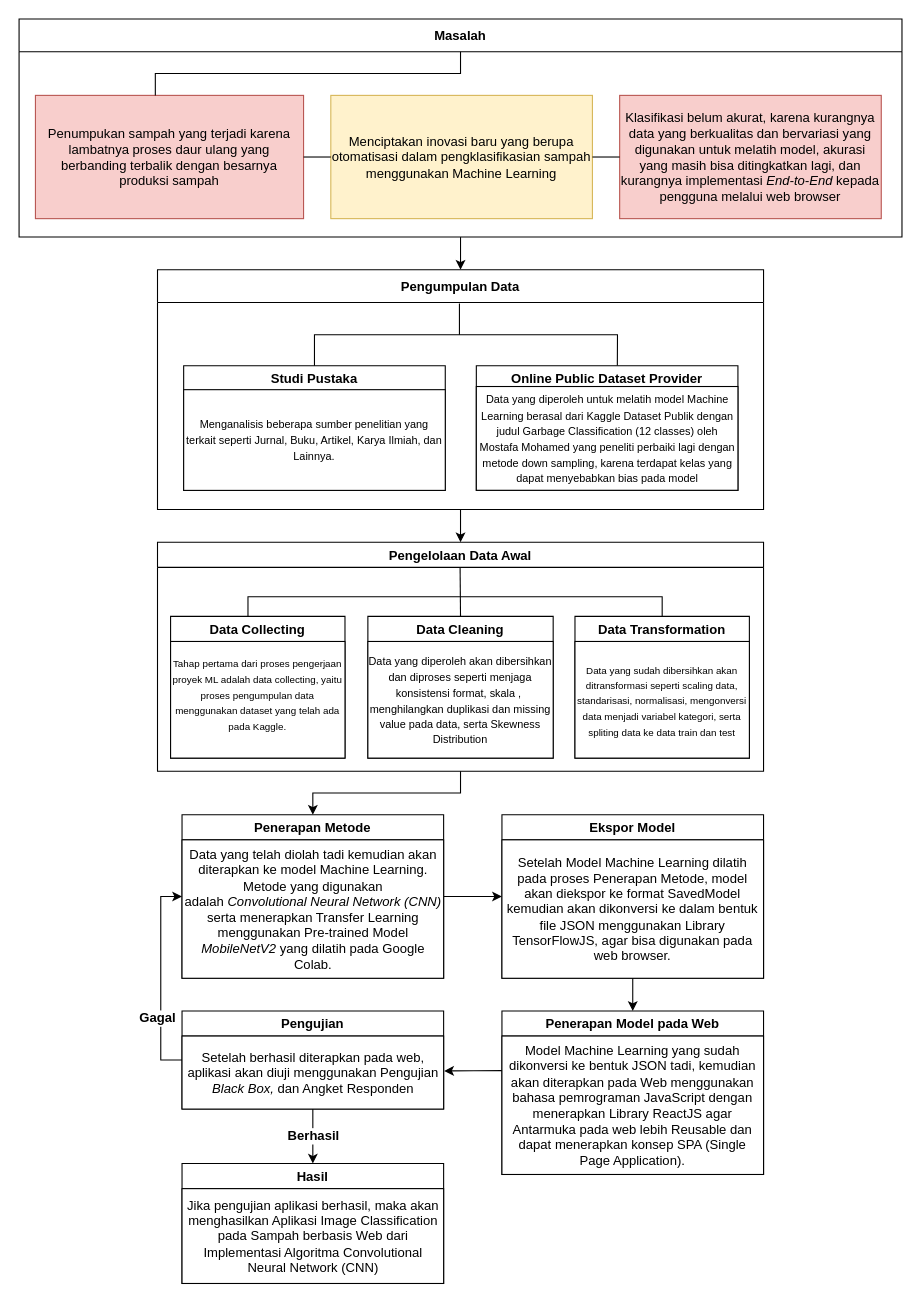
virgiawankusuma/drawio-archive-skripsi keeps this draw.io diagram as Copy of mindmap.drawio. Above is the earlier version. Source tidied: cells renumbered, new cells numbered last; positions are measured from the earlier drawing's top-left corner, leaving out a move shared by most shapes. Both pictures are drawn from the tidied source at 109%, with x=0, y=0 at pixel (19, 19).
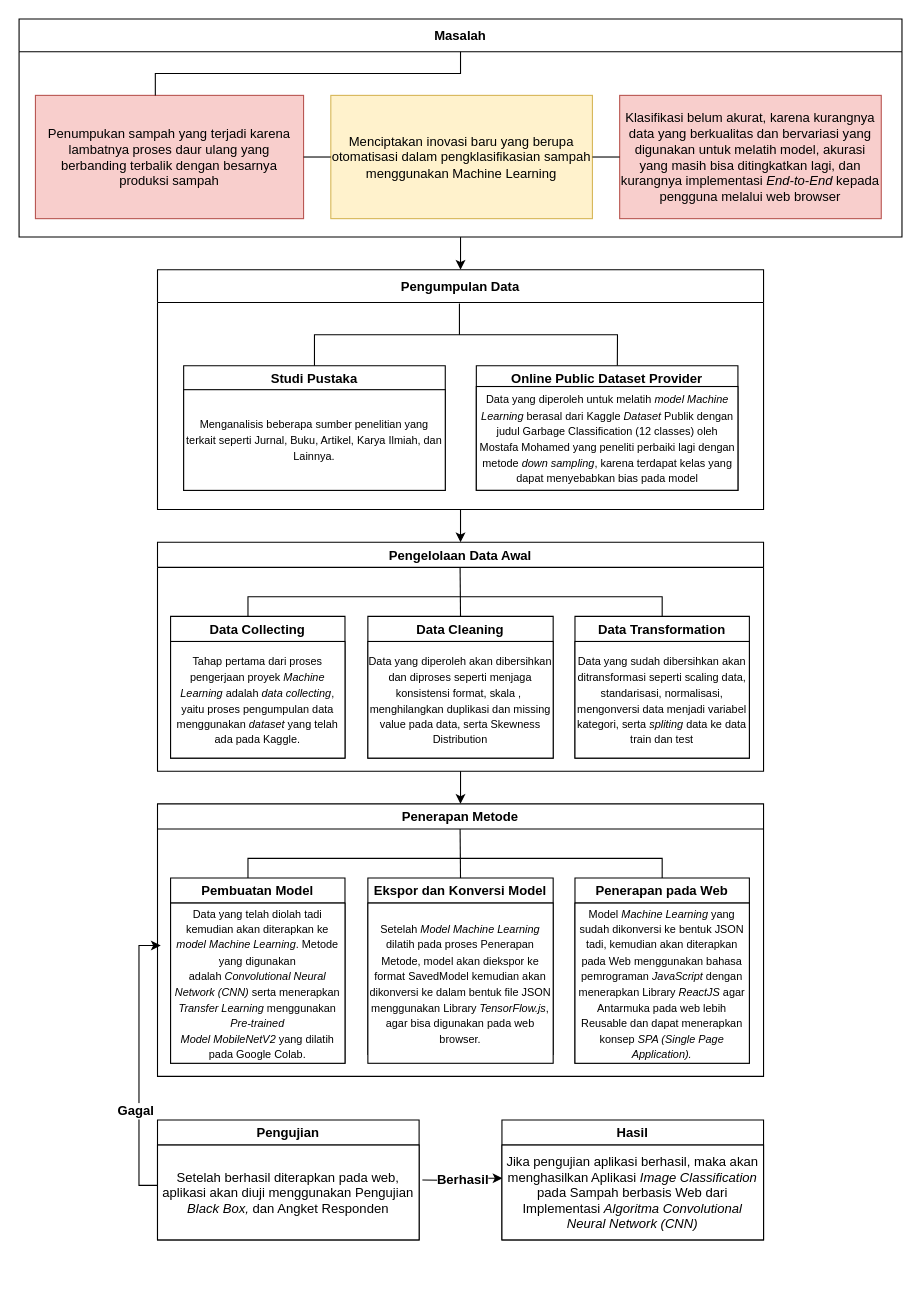
Above is the later version.

Unchanged cells that the change refers to:
```xml
<mxCell id="15" value="Online Public Dataset Provider" style="swimlane;fontSize=12;" parent="12" vertex="1">
  <mxGeometry x="268.5" y="57.1" width="240" height="114.3" as="geometry" />
</mxCell>
<mxCell id="20" value="Pengelolaan Data Awal" style="swimlane;fontFamily=Helvetica;fontSize=12;startSize=23;" parent="1" vertex="1">
  <mxGeometry x="127" y="480" width="556" height="210" as="geometry" />
</mxCell>
<mxCell id="21" value="Data Collecting" style="swimlane;fontFamily=Helvetica;fontSize=12;" parent="20" vertex="1">
  <mxGeometry x="12" y="68" width="160" height="130" as="geometry" />
</mxCell>
<mxCell id="25" value="Data Transformation" style="swimlane;fontFamily=Helvetica;fontSize=12;" parent="20" vertex="1">
  <mxGeometry x="383" y="68" width="160" height="130" as="geometry" />
</mxCell>
```

Diff of the diagram source:
```diff
@@
-    <mxCell id="16" value="&lt;font style=&quot;font-size: 10px;&quot;&gt;Data yang diperoleh untuk melatih model Machine Learning berasal dari Kaggle Dataset Publik dengan judul Garbage Classification (12 classes) oleh Mostafa Mohamed yang peneliti perbaiki lagi dengan metode down sampling, karena terdapat kelas yang dapat menyebabkan bias pada model&lt;/font&gt;" style="rounded=0;whiteSpace=wrap;html=1;fontSize=12;" parent="15" vertex="1">
+    <mxCell id="16" value="&lt;font style=&quot;font-size: 10px;&quot;&gt;Data yang diperoleh untuk melatih &lt;i&gt;model Machine Learning &lt;/i&gt;berasal dari Kaggle &lt;i&gt;Dataset&lt;/i&gt; Publik dengan judul Garbage Classification (12 classes) oleh Mostafa Mohamed yang peneliti perbaiki lagi dengan metode &lt;i&gt;down sampling&lt;/i&gt;, karena terdapat kelas yang dapat menyebabkan bias pada model&lt;/font&gt;" style="rounded=0;whiteSpace=wrap;html=1;fontSize=12;" parent="15" vertex="1">
       <mxGeometry y="19" width="240" height="95.2" as="geometry" />
     </mxCell>
@@
-    <mxCell id="19" style="edgeStyle=orthogonalEdgeStyle;rounded=0;jettySize=auto;html=1;exitX=0.5;exitY=1;exitDx=0;exitDy=0;entryX=0.5;entryY=0;entryDx=0;entryDy=0;fontFamily=Helvetica;fontSize=12;" parent="1" edge="1" source="20" target="30">
+    <mxCell id="19" style="edgeStyle=orthogonalEdgeStyle;rounded=0;jettySize=auto;html=1;exitX=0.5;exitY=1;exitDx=0;exitDy=0;entryX=0.5;entryY=0;entryDx=0;entryDy=0;fontSize=10;" parent="1" edge="1" source="20" target="30">
       <mxGeometry relative="1" as="geometry" />
     </mxCell>
@@
-    <mxCell id="22" value="&lt;font style=&quot;font-size: 9px;&quot;&gt;&lt;font style=&quot;font-size: 9px;&quot;&gt;Tahap pertama dari proses pengerjaan proyek ML adalah data collecting, yaitu proses pengumpulan data m&lt;/font&gt;&lt;span style=&quot;background-color: initial;&quot;&gt;enggunakan dataset yang telah ada pada Kaggle.&lt;/span&gt;&lt;/font&gt;&lt;div style=&quot;font-size: 9px;&quot;&gt;&lt;br&gt;&lt;/div&gt;" style="rounded=0;whiteSpace=wrap;html=1;fontFamily=Helvetica;fontSize=12;" parent="21" vertex="1">
+    <mxCell id="22" value="&lt;font style=&quot;font-size: 10px;&quot;&gt;&lt;font style=&quot;font-size: 10px;&quot;&gt;Tahap pertama dari proses pengerjaan proyek &lt;i&gt;Machine Learning&lt;/i&gt; adalah &lt;i&gt;data collecting&lt;/i&gt;, yaitu proses pengumpulan data m&lt;/font&gt;&lt;span style=&quot;background-color: initial;&quot;&gt;enggunakan &lt;i&gt;dataset&lt;/i&gt; yang telah ada pada Kaggle.&lt;br&gt;&lt;/span&gt;&lt;/font&gt;" style="rounded=0;whiteSpace=wrap;html=1;fontFamily=Helvetica;fontSize=12;" parent="21" vertex="1">
       <mxGeometry y="23" width="160" height="107" as="geometry" />
     </mxCell>
@@
-    <mxCell id="26" value="&lt;font style=&quot;font-size: 9px;&quot;&gt;Data yang sudah dibersihkan akan ditransformasi seperti scaling data, standarisasi, normalisasi, mengonversi data menjadi variabel kategori, serta spliting data ke data train dan test&lt;/font&gt;" style="rounded=0;whiteSpace=wrap;html=1;fontFamily=Helvetica;fontSize=12;" parent="25" vertex="1">
+    <mxCell id="26" value="&lt;font style=&quot;font-size: 10px;&quot;&gt;Data yang sudah dibersihkan akan ditransformasi seperti scaling data, standarisasi, normalisasi, mengonversi data menjadi variabel kategori, serta &lt;i&gt;spliting&lt;/i&gt; data ke data train dan test&lt;/font&gt;" style="rounded=0;whiteSpace=wrap;html=1;fontFamily=Helvetica;fontSize=12;" parent="25" vertex="1">
       <mxGeometry y="23" width="160" height="107" as="geometry" />
     </mxCell>
@@
-    <mxCell id="29" style="edgeStyle=orthogonalEdgeStyle;rounded=0;jettySize=auto;html=1;exitX=1;exitY=0.5;exitDx=0;exitDy=0;entryX=0;entryY=0.5;entryDx=0;entryDy=0;fontSize=12;" parent="1" edge="1" source="30" target="32">
-      <mxGeometry relative="1" as="geometry" />
-    </mxCell>
-    <mxCell id="30" value="Penerapan Metode" style="swimlane;fontFamily=Helvetica;fontSize=12;" parent="1" vertex="1">
-      <mxGeometry x="149.5" y="730" width="240" height="150" as="geometry" />
-    </mxCell>
-    <mxCell id="31" value="&lt;span style=&quot;&quot;&gt;Data yang telah diolah tadi kemudian akan diterapkan ke model Machine Learning. Metode yang digunakan adalah&amp;nbsp;&lt;/span&gt;&lt;i style=&quot;&quot;&gt;Convolutional Neural Network (CNN) &lt;/i&gt;serta&amp;nbsp;menerapkan Transfer Learning menggunakan Pre-trained Model &lt;i&gt;MobileNetV2&lt;/i&gt;&amp;nbsp;yang dilatih pada Google Colab." style="rounded=0;whiteSpace=wrap;html=1;fontFamily=Helvetica;fontSize=12;" parent="30" vertex="1">
-      <mxGeometry y="23" width="240" height="127" as="geometry" />
-    </mxCell>
-    <mxCell id="32" value="Ekspor Model" style="swimlane;fontFamily=Helvetica;fontSize=12;" parent="1" vertex="1">
-      <mxGeometry x="443" y="730" width="240" height="150" as="geometry" />
-    </mxCell>
-    <mxCell id="33" value="Setelah Model Machine Learning dilatih pada proses Penerapan Metode, model akan diekspor ke format SavedModel kemudian akan dikonversi ke dalam bentuk file JSON menggunakan Library TensorFlowJS, agar bisa digunakan pada web browser." style="rounded=0;whiteSpace=wrap;html=1;fontFamily=Helvetica;fontSize=12;" parent="32" vertex="1">
-      <mxGeometry y="23" width="240" height="127" as="geometry" />
-    </mxCell>
-    <mxCell id="34" value="Penerapan Model pada Web" style="swimlane;fontFamily=Helvetica;fontSize=12;" parent="1" vertex="1">
-      <mxGeometry x="443" y="910" width="240" height="150" as="geometry" />
-    </mxCell>
-    <mxCell id="35" value="Model Machine Learning yang sudah dikonversi ke bentuk JSON tadi, kemudian akan diterapkan pada Web menggunakan bahasa pemrograman JavaScript dengan menerapkan Library ReactJS agar Antarmuka pada web lebih Reusable dan dapat menerapkan konsep SPA (Single Page Application)." style="rounded=0;whiteSpace=wrap;html=1;fontFamily=Helvetica;fontSize=12;" parent="34" vertex="1">
-      <mxGeometry y="23" width="240" height="127" as="geometry" />
-    </mxCell>
-    <mxCell id="36" style="edgeStyle=orthogonalEdgeStyle;rounded=0;jettySize=auto;html=1;exitX=0.5;exitY=1;exitDx=0;exitDy=0;entryX=0.5;entryY=0;entryDx=0;entryDy=0;fontSize=12;" parent="1" edge="1" source="33" target="34">
-      <mxGeometry relative="1" as="geometry" />
-    </mxCell>
-    <mxCell id="37" style="edgeStyle=orthogonalEdgeStyle;rounded=0;jettySize=auto;html=1;entryX=0;entryY=0.5;entryDx=0;entryDy=0;fontSize=12;" parent="1" edge="1" source="40" target="30">
+    <mxCell id="37" style="edgeStyle=orthogonalEdgeStyle;rounded=0;jettySize=auto;html=1;fontSize=12;" parent="1" edge="1" source="40">
       <mxGeometry relative="1" as="geometry">
+        <mxPoint x="130" y="850" as="targetPoint" />
         <Array as="points">
-          <mxPoint x="130" y="955" />
-          <mxPoint x="130" y="805" />
+          <mxPoint x="110" y="1070" />
+          <mxPoint x="110" y="850" />
         </Array>
       </mxGeometry>
     </mxCell>
     <mxCell id="38" value="&lt;b&gt;Gagal&lt;/b&gt;" style="edgeLabel;html=1;align=center;verticalAlign=middle;fontSize=12;" parent="37" vertex="1">
       <mxGeometry x="-0.43" y="4" relative="1" as="geometry">
-        <mxPoint y="-4" as="offset" />
+        <mxPoint y="-13" as="offset" />
       </mxGeometry>
     </mxCell>
-    <mxCell id="39" value="&lt;b&gt;Berhasil&lt;/b&gt;" style="edgeStyle=orthogonalEdgeStyle;rounded=0;jettySize=auto;html=1;exitX=0.5;exitY=1;exitDx=0;exitDy=0;entryX=0.5;entryY=0;entryDx=0;entryDy=0;fontSize=12;" parent="1" edge="1" source="40" target="42">
-      <mxGeometry relative="1" as="geometry" />
+    <mxCell id="39" value="&lt;b&gt;Berhasil&lt;/b&gt;" style="edgeStyle=orthogonalEdgeStyle;rounded=0;jettySize=auto;html=1;entryX=0.002;entryY=0.351;entryDx=0;entryDy=0;fontSize=12;entryPerimeter=0;" parent="1" edge="1" target="43">
+      <mxGeometry relative="1" as="geometry">
+        <mxPoint x="370" y="1065" as="sourcePoint" />
+      </mxGeometry>
     </mxCell>
     <mxCell id="40" value="Pengujian" style="swimlane;fontFamily=Helvetica;fontSize=12;" parent="1" vertex="1">
-      <mxGeometry x="149.5" y="910" width="240" height="90" as="geometry" />
+      <mxGeometry x="127" y="1010" width="240" height="110" as="geometry" />
     </mxCell>
     <mxCell id="41" value="Setelah berhasil diterapkan pada web, aplikasi akan diuji menggunakan Pengujian &lt;i&gt;Black Box, &lt;/i&gt;dan Angket Responden" style="rounded=0;whiteSpace=wrap;html=1;fontFamily=Helvetica;fontSize=12;" parent="40" vertex="1">
-      <mxGeometry y="23" width="240" height="67" as="geometry" />
+      <mxGeometry y="23" width="240" height="87" as="geometry" />
     </mxCell>
     <mxCell id="42" value="Hasil" style="swimlane;fontFamily=Helvetica;fontSize=12;startSize=23;" parent="1" vertex="1">
-      <mxGeometry x="149.5" y="1050" width="240" height="110" as="geometry" />
+      <mxGeometry x="443" y="1010" width="240" height="110" as="geometry" />
     </mxCell>
-    <mxCell id="43" value="Jika pengujian aplikasi berhasil, maka akan menghasilkan Aplikasi Image Classification pada Sampah berbasis Web dari Implementasi Algoritma Convolutional Neural Network (CNN)" style="rounded=0;whiteSpace=wrap;html=1;fontFamily=Helvetica;fontSize=12;" parent="42" vertex="1">
+    <mxCell id="43" value="Jika pengujian aplikasi berhasil, maka akan menghasilkan Aplikasi &lt;i&gt;Image Classification&lt;/i&gt; pada Sampah berbasis Web dari Implementasi &lt;i&gt;Algoritma Convolutional Neural Network (CNN)&lt;/i&gt;" style="rounded=0;whiteSpace=wrap;html=1;fontFamily=Helvetica;fontSize=12;" parent="42" vertex="1">
       <mxGeometry y="23" width="240" height="87" as="geometry" />
     </mxCell>
-    <mxCell id="44" style="edgeStyle=orthogonalEdgeStyle;rounded=0;jettySize=auto;html=1;exitX=0;exitY=0.25;exitDx=0;exitDy=0;fontSize=12;" parent="1" edge="1" source="35">
-      <mxGeometry relative="1" as="geometry">
-        <mxPoint x="390" y="965" as="targetPoint" />
-      </mxGeometry>
-    </mxCell>
+    <mxCell id="30" value="Penerapan Metode" style="swimlane;fontFamily=Helvetica;fontSize=12;startSize=23;" parent="1" vertex="1">
+      <mxGeometry x="127" y="720" width="556" height="250" as="geometry" />
+    </mxCell>
+    <mxCell id="45" value="Pembuatan Model" style="swimlane;fontFamily=Helvetica;fontSize=12;" parent="30" vertex="1">
+      <mxGeometry x="12" y="68" width="160" height="170" as="geometry" />
+    </mxCell>
+    <mxCell id="46" value="&lt;font style=&quot;font-size: 10px;&quot;&gt;Data yang telah diolah tadi kemudian akan diterapkan ke &lt;i&gt;model Machine Learning&lt;/i&gt;. Metode yang digunakan adalah&amp;nbsp;&lt;i&gt;Convolutional Neural Network (CNN)&amp;nbsp;&lt;/i&gt;serta&amp;nbsp;menerapkan &lt;i&gt;Transfer Learning &lt;/i&gt;menggunakan &lt;i&gt;Pre-trained Model&amp;nbsp;MobileNetV2&lt;/i&gt;&amp;nbsp;yang dilatih pada Google Colab.&lt;/font&gt;" style="rounded=0;whiteSpace=wrap;html=1;fontFamily=Helvetica;fontSize=12;" parent="45" vertex="1">
+      <mxGeometry y="23" width="160" height="147" as="geometry" />
+    </mxCell>
+    <mxCell id="47" value="Ekspor dan Konversi Model" style="swimlane;fontFamily=Helvetica;fontSize=12;" parent="30" vertex="1">
+      <mxGeometry x="193" y="68" width="170" height="162" as="geometry" />
+    </mxCell>
+    <mxCell id="48" value="&lt;font style=&quot;font-size: 10px;&quot;&gt;Setelah &lt;i&gt;Model Machine Learning &lt;/i&gt;dilatih pada proses Penerapan Metode, model akan diekspor ke format SavedModel kemudian akan dikonversi ke dalam bentuk file JSON menggunakan Library &lt;i&gt;TensorFlow.js&lt;/i&gt;, agar bisa digunakan pada web browser.&lt;/font&gt;" style="rounded=0;whiteSpace=wrap;html=1;fontFamily=Helvetica;fontSize=12;" parent="47" vertex="1">
+      <mxGeometry y="23" width="170" height="147" as="geometry" />
+    </mxCell>
+    <mxCell id="49" value="Penerapan pada Web" style="swimlane;fontFamily=Helvetica;fontSize=12;" parent="30" vertex="1">
+      <mxGeometry x="383" y="68" width="160" height="170" as="geometry" />
+    </mxCell>
+    <mxCell id="35" value="&lt;font style=&quot;font-size: 10px;&quot;&gt;Model &lt;i&gt;Machine Learning &lt;/i&gt;yang sudah dikonversi ke bentuk JSON tadi, kemudian akan diterapkan pada Web menggunakan bahasa pemrograman &lt;i&gt;JavaScript&lt;/i&gt; dengan menerapkan Library &lt;i&gt;ReactJS&lt;/i&gt; agar Antarmuka pada web lebih Reusable dan dapat menerapkan konsep &lt;i&gt;SPA (Single Page Application).&lt;/i&gt;&lt;/font&gt;" style="rounded=0;whiteSpace=wrap;html=1;fontFamily=Helvetica;fontSize=12;" parent="49" vertex="1">
+      <mxGeometry y="23" width="160" height="147" as="geometry" />
+    </mxCell>
+    <mxCell id="50" style="endArrow=none;html=1;rounded=0;fontSize=10;entryX=0.5;entryY=0;entryDx=0;entryDy=0;" parent="30" edge="1" target="49">
+      <mxGeometry relative="1" as="geometry">
+        <mxPoint x="83" y="68" as="sourcePoint" />
+        <Array as="points">
+          <mxPoint x="83" y="50" />
+          <mxPoint x="273" y="50" />
+          <mxPoint x="463" y="50" />
+        </Array>
+      </mxGeometry>
+    </mxCell>
+    <mxCell id="51" style="endArrow=none;html=1;rounded=0;fontSize=10;exitX=0.5;exitY=0;exitDx=0;exitDy=0;" parent="30" edge="1" source="47">
+      <mxGeometry relative="1" as="geometry">
+        <mxPoint x="277.6" y="23" as="targetPoint" />
+      </mxGeometry>
+    </mxCell>
```
